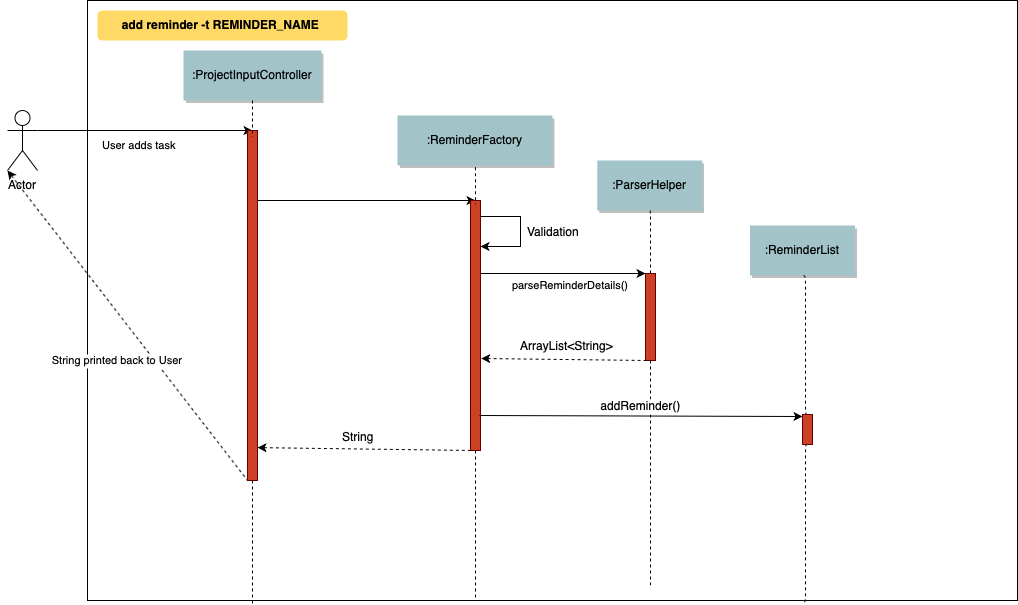
Above: docs/images/CreateReminder_Sequence.png in nusCS2113-AY1920S1/PersonalAssistant-Duke (draw.io), before the change. Source tidied: cells renumbered, new cells last; positions are measured from the earlier drawing's top-left corner, leaving out a move shared by most shapes.
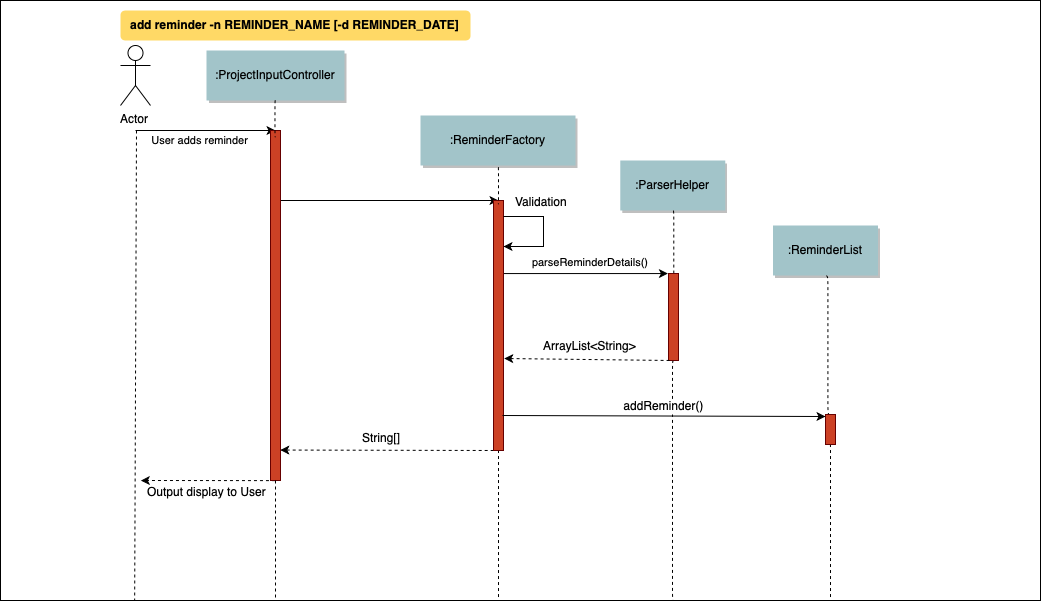
Later version of the same file.

Commit message:
[Doc] Update DG and update Create Reminder seq

What changed in the source:
```diff
@@ -3,7 +3,7 @@
     <mxCell id="0" />
     <mxCell id="1" parent="0" />
     <mxCell id="2" parent="1" vertex="1">
-      <mxGeometry x="80" width="930" height="600" as="geometry" />
+      <mxGeometry x="-30" width="1040" height="600" as="geometry" />
     </mxCell>
     <mxCell id="3" value=":ProjectInputController" style="shadow=1;fillColor=#A2C4C9;strokeColor=none;" parent="1" vertex="1">
       <mxGeometry x="176" y="50" width="138" height="50" as="geometry" />
@@ -17,12 +17,12 @@
         <mxPoint x="3" y="20" as="offset" />
       </mxGeometry>
     </mxCell>
-    <mxCell id="6" style="edgeStyle=none;verticalLabelPosition=top;verticalAlign=bottom;endArrow=none;startArrow=classic;dashed=1;exitX=1;exitY=0.906;exitDx=0;exitDy=0;exitPerimeter=0;" parent="1" edge="1" source="22">
+    <mxCell id="6" style="edgeStyle=none;verticalLabelPosition=top;verticalAlign=bottom;endArrow=none;startArrow=classic;dashed=1;exitX=0.981;exitY=0.913;exitDx=0;exitDy=0;exitPerimeter=0;" parent="1" edge="1" source="22">
       <mxGeometry x="210" y="584.3" as="geometry">
         <mxPoint x="466" y="450" as="targetPoint" />
       </mxGeometry>
     </mxCell>
-    <mxCell id="7" value="String" style="text;html=1;align=center;verticalAlign=middle;labelBackgroundColor=#ffffff;" parent="6" vertex="1">
+    <mxCell id="7" value="String[]" style="text;html=1;align=center;verticalAlign=middle;labelBackgroundColor=#ffffff;" parent="6" vertex="1">
       <mxGeometry relative="1" as="geometry">
         <mxPoint x="-8" y="-13.5" as="offset" />
       </mxGeometry>
@@ -33,39 +33,41 @@
     <mxCell id="9" value=":ReminderList" style="shadow=1;fillColor=#A2C4C9;strokeColor=none;" parent="1" vertex="1">
       <mxGeometry x="742.5" y="225" width="105" height="50" as="geometry" />
     </mxCell>
-    <mxCell id="10" value="add reminder -t REMINDER_NAME " style="rounded=1;fontStyle=1;fillColor=#FFD966;strokeColor=none;" parent="1" vertex="1">
-      <mxGeometry x="90" y="10" width="250" height="30" as="geometry" />
+    <mxCell id="10" value="add reminder -n REMINDER_NAME [-d REMINDER_DATE]" style="rounded=1;fontStyle=1;fillColor=#FFD966;strokeColor=none;" parent="1" vertex="1">
+      <mxGeometry x="90" y="10" width="350" height="30" as="geometry" />
     </mxCell>
     <mxCell id="11" value="Actor" style="shape=umlActor;verticalLabelPosition=bottom;labelBackgroundColor=#ffffff;verticalAlign=top;html=1;outlineConnect=0;" parent="1" vertex="1">
-      <mxGeometry y="110" width="30" height="60" as="geometry" />
+      <mxGeometry x="90" y="45" width="30" height="60" as="geometry" />
     </mxCell>
-    <mxCell id="12" value="User adds task" style="edgeStyle=none;verticalLabelPosition=top;verticalAlign=bottom;labelPosition=left;align=right;exitX=1;exitY=0.3333333333333333;exitDx=0;exitDy=0;exitPerimeter=0;" parent="1" edge="1" source="11">
-      <mxGeometry x="-10" y="310" as="geometry">
+    <mxCell id="12" value="User adds reminder" style="edgeStyle=none;verticalLabelPosition=top;verticalAlign=bottom;labelPosition=left;align=right;" parent="1" edge="1">
+      <mxGeometry as="geometry">
+        <mxPoint x="105" y="130" as="sourcePoint" />
         <mxPoint x="245" y="130" as="targetPoint" />
-        <mxPoint x="33" y="25" as="offset" />
+        <mxPoint x="45" y="20" as="offset" />
       </mxGeometry>
     </mxCell>
-    <mxCell id="13" style="edgeStyle=elbowEdgeStyle;elbow=horizontal;endArrow=none;dashed=1;exitX=0.5;exitY=1;exitDx=0;exitDy=0;entryX=0.177;entryY=1.005;entryDx=0;entryDy=0;entryPerimeter=0;" parent="1" edge="1" target="2">
-      <mxGeometry x="220" y="1160" as="geometry">
-        <mxPoint x="245" y="480" as="sourcePoint" />
-      </mxGeometry>
-    </mxCell>
     <mxCell id="14" style="edgeStyle=elbowEdgeStyle;elbow=horizontal;endArrow=none;dashed=1;exitX=0.5;exitY=1;exitDx=0;exitDy=0;" parent="1" edge="1" source="25" target="2">
       <mxGeometry x="442" y="1120" as="geometry" />
     </mxCell>
-    <mxCell id="15" style="edgeStyle=elbowEdgeStyle;elbow=horizontal;endArrow=none;dashed=1;exitX=0.5;exitY=1;exitDx=0;exitDy=0;" parent="1" edge="1" source="26" target="2">
+    <mxCell id="15" style="edgeStyle=elbowEdgeStyle;elbow=horizontal;endArrow=none;dashed=1;exitX=0.5;exitY=1;exitDx=0;exitDy=0;" parent="1" edge="1" source="26">
       <mxGeometry x="452" y="1130" as="geometry">
+        <mxPoint x="643" y="600" as="targetPoint" />
         <Array as="points">
           <mxPoint x="642" y="460" />
         </Array>
       </mxGeometry>
     </mxCell>
-    <mxCell id="16" style="edgeStyle=elbowEdgeStyle;elbow=horizontal;endArrow=none;dashed=1;exitX=0.5;exitY=1;exitDx=0;exitDy=0;entryX=0.769;entryY=1.004;entryDx=0;entryDy=0;entryPerimeter=0;" parent="1" edge="1" source="19" target="2">
-      <mxGeometry x="462" y="1140" as="geometry" />
+    <mxCell id="16" style="edgeStyle=elbowEdgeStyle;elbow=horizontal;endArrow=none;dashed=1;exitX=0.5;exitY=1;exitDx=0;exitDy=0;" parent="1" edge="1" source="19">
+      <mxGeometry x="462" y="1140" as="geometry">
+        <mxPoint x="800" y="600" as="targetPoint" />
+        <Array as="points">
+          <mxPoint x="800" y="530" />
+        </Array>
+      </mxGeometry>
     </mxCell>
-    <mxCell id="17" value="String printed back to User" style="edgeStyle=none;verticalLabelPosition=top;verticalAlign=bottom;endArrow=none;startArrow=classic;dashed=1;entryX=-0.3;entryY=0.939;entryDx=0;entryDy=0;entryPerimeter=0;exitX=0;exitY=1;exitDx=0;exitDy=0;exitPerimeter=0;" parent="1" edge="1" source="11">
+    <mxCell id="17" style="edgeStyle=none;verticalLabelPosition=top;verticalAlign=bottom;endArrow=none;startArrow=none;dashed=1;entryX=0.129;entryY=1;entryDx=0;entryDy=0;entryPerimeter=0;startFill=0;" parent="1" edge="1" target="2">
       <mxGeometry x="-10" y="310" as="geometry">
-        <mxPoint x="240" y="479.9" as="targetPoint" />
+        <mxPoint x="106" y="130" as="sourcePoint" />
         <mxPoint x="-10" y="45" as="offset" />
       </mxGeometry>
     </mxCell>
@@ -78,9 +80,19 @@
     <mxCell id="20" style="edgeStyle=elbowEdgeStyle;rounded=1;jettySize=auto;html=1;exitX=0.5;exitY=0;exitDx=0;exitDy=0;entryX=0.5;entryY=1;entryDx=0;entryDy=0;endArrow=none;endFill=0;dashed=1;" parent="1" edge="1" source="26" target="8">
       <mxGeometry relative="1" as="geometry" />
     </mxCell>
-    <mxCell id="21" style="edgeStyle=elbowEdgeStyle;rounded=1;jettySize=auto;html=1;exitX=1;exitY=0.75;exitDx=0;exitDy=0;dashed=1;endArrow=none;endFill=0;" parent="1" edge="1" source="22" target="2">
-      <mxGeometry relative="1" as="geometry" />
-    </mxCell>
+    <mxCell id="34" style="edgeStyle=orthogonalEdgeStyle;rounded=0;jettySize=auto;html=1;exitX=0.5;exitY=1;exitDx=0;exitDy=0;startArrow=none;startFill=0;dashed=1;" parent="1" edge="1" source="22">
+      <mxGeometry relative="1" as="geometry">
+        <mxPoint x="110" y="480" as="targetPoint" />
+        <Array as="points">
+          <mxPoint x="120" y="480" />
+        </Array>
+      </mxGeometry>
+    </mxCell>
+    <mxCell id="35" value="Output display to User" style="text;html=1;align=center;verticalAlign=middle;labelBackgroundColor=#ffffff;" parent="34" vertex="1">
+      <mxGeometry x="0.06" relative="1" as="geometry">
+        <mxPoint x="2.5" y="10" as="offset" />
+      </mxGeometry>
+    </mxCell>
     <mxCell id="22" style="fillColor=#CC4125;strokeColor=#660000;" parent="1" vertex="1">
       <mxGeometry x="240" y="130" width="10" height="350" as="geometry" />
     </mxCell>
@@ -94,7 +106,7 @@
     </mxCell>
     <mxCell id="24" value="&lt;span style=&quot;font-size: 11px&quot;&gt;parseReminderDetails()&lt;/span&gt;" style="text;html=1;align=center;verticalAlign=middle;labelBackgroundColor=#ffffff;" parent="23" vertex="1">
       <mxGeometry x="0.6" y="-2" relative="1" as="geometry">
-        <mxPoint x="-42" y="8" as="offset" />
+        <mxPoint x="-44" y="-15" as="offset" />
       </mxGeometry>
     </mxCell>
     <mxCell id="25" style="fillColor=#CC4125;strokeColor=#660000;" parent="1" vertex="1">
@@ -139,8 +151,13 @@
     </mxCell>
     <mxCell id="33" value="Validation" style="text;html=1;align=center;verticalAlign=middle;labelBackgroundColor=#ffffff;" parent="32" vertex="1">
       <mxGeometry x="-0.04" relative="1" as="geometry">
-        <mxPoint x="32" y="1" as="offset" />
+        <mxPoint x="-3" y="-29" as="offset" />
       </mxGeometry>
     </mxCell>
+    <mxCell id="36" style="endArrow=none;dashed=1;html=1;exitX=0.5;exitY=1;exitDx=0;exitDy=0;" parent="1" edge="1" source="22">
+      <mxGeometry relative="1" as="geometry">
+        <mxPoint x="245" y="600" as="targetPoint" />
+      </mxGeometry>
+    </mxCell>
   </root>
 </mxGraphModel>
```
